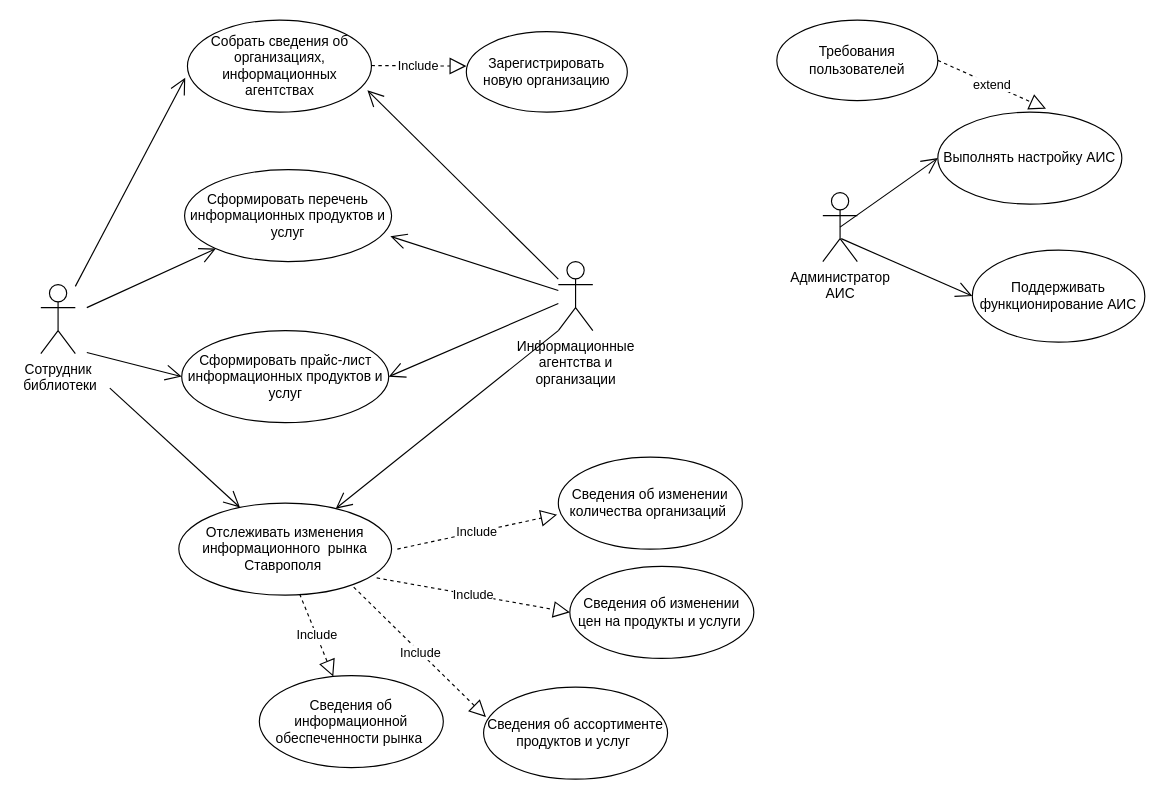
GkFoxes/Colleges keeps this draw.io diagram as Polytech/CourseThree/TRPO/Диаграммы/Диаграмма вариантов использования.drawio. Above is the earlier version. Source tidied: cells renumbered, new cells numbered last; positions are measured from the earlier drawing's top-left corner, leaving out a move shared by most shapes. Both pictures are drawn from the tidied source at 115%, with x=0, y=0 at pixel (40, 20).
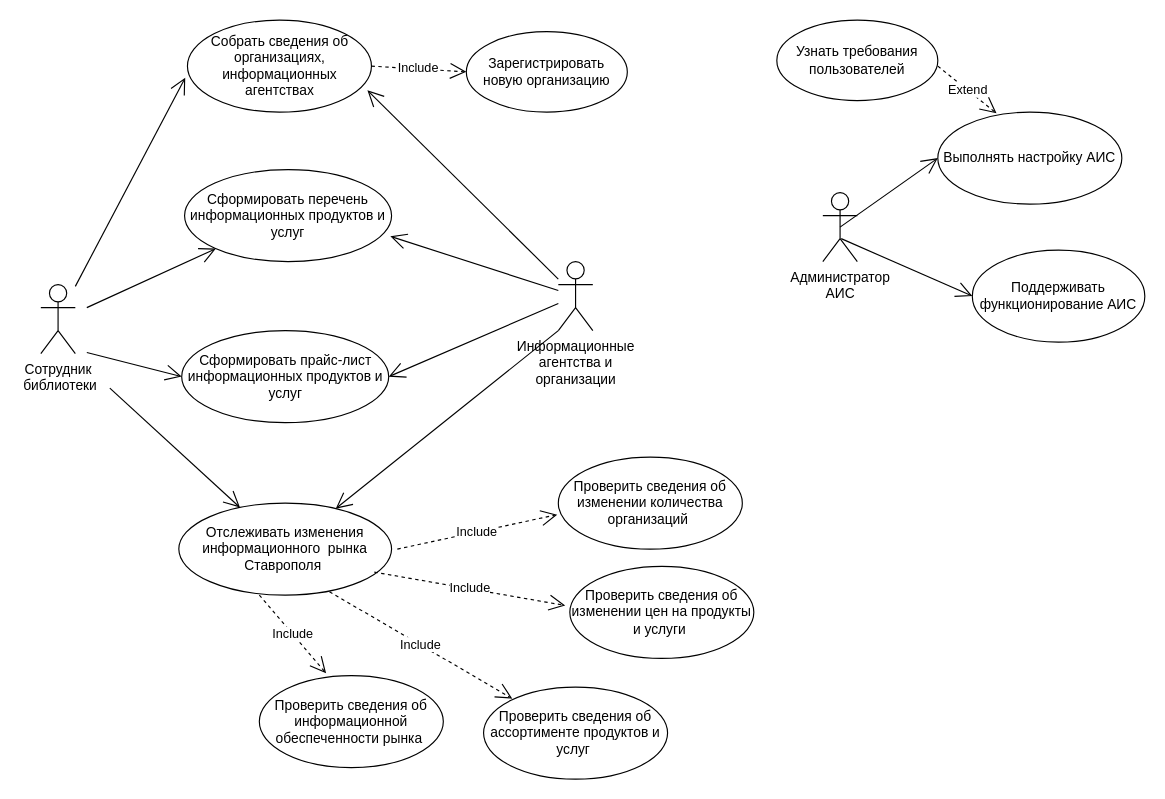
After the change.

The change refers to these unchanged cells:
```xml
<mxCell id="6" value="Отслеживать изменения информационного&amp;nbsp; рынка Ставрополя&amp;nbsp;" style="ellipse;whiteSpace=wrap;html=1;" parent="1" vertex="1">
  <mxGeometry x="120" y="420" width="185" height="80" as="geometry" />
</mxCell>
<mxCell id="18" value="Выполнять настройку АИС" style="ellipse;whiteSpace=wrap;html=1;" parent="1" vertex="1">
  <mxGeometry x="780" y="80" width="160" height="80" as="geometry" />
</mxCell>
<mxCell id="19" value="Зарегистрировать новую организацию" style="ellipse;whiteSpace=wrap;html=1;" parent="1" vertex="1">
  <mxGeometry x="370" y="10" width="140" height="70" as="geometry" />
</mxCell>
```

Diff of the diagram source:
```diff
@@
-    <mxCell id="20" value="Include" style="endArrow=block;dashed=1;endFill=0;endSize=12;html=1;" parent="1" edge="1">
-      <mxGeometry relative="1" as="geometry">
-        <mxPoint x="287.5" y="39.5" as="sourcePoint" />
-        <mxPoint x="370" y="40" as="targetPoint" />
-      </mxGeometry>
-    </mxCell>
@@
-    <mxCell id="23" value="Сведения об изменении количества организаций&amp;nbsp;" style="ellipse;whiteSpace=wrap;html=1;" parent="1" vertex="1">
+    <mxCell id="23" value="Проверить cведения об изменении количества организаций&amp;nbsp;" style="ellipse;whiteSpace=wrap;html=1;" parent="1" vertex="1">
       <mxGeometry x="450" y="380" width="160" height="80" as="geometry" />
     </mxCell>
-    <mxCell id="24" value="Сведения об изменении цен на продукты и услуги&amp;nbsp;" style="ellipse;whiteSpace=wrap;html=1;" parent="1" vertex="1">
+    <mxCell id="24" value="Проверить сведения об изменении цен на продукты и услуги&amp;nbsp;" style="ellipse;whiteSpace=wrap;html=1;" parent="1" vertex="1">
       <mxGeometry x="460" y="475" width="160" height="80" as="geometry" />
     </mxCell>
-    <mxCell id="25" value="Сведения об ассортименте продуктов и услуг&amp;nbsp;" style="ellipse;whiteSpace=wrap;html=1;" parent="1" vertex="1">
+    <mxCell id="25" value="Проверить сведения об ассортименте продуктов и услуг&amp;nbsp;" style="ellipse;whiteSpace=wrap;html=1;" parent="1" vertex="1">
       <mxGeometry x="385" y="580" width="160" height="80" as="geometry" />
     </mxCell>
-    <mxCell id="26" value="Сведения об информационной обеспеченности рынка&amp;nbsp;" style="ellipse;whiteSpace=wrap;html=1;" parent="1" vertex="1">
+    <mxCell id="26" value="Проверить сведения об информационной обеспеченности рынка&amp;nbsp;" style="ellipse;whiteSpace=wrap;html=1;" parent="1" vertex="1">
       <mxGeometry x="190" y="570" width="160" height="80" as="geometry" />
     </mxCell>
-    <mxCell id="27" value="Include" style="endArrow=block;dashed=1;endFill=0;endSize=12;html=1;entryX=-0.006;entryY=0.625;entryDx=0;entryDy=0;entryPerimeter=0;" parent="1" edge="1" target="23">
+    <mxCell id="27" value="Include" style="endArrow=open;dashed=1;endFill=0;endSize=12;html=1;entryX=-0.006;entryY=0.625;entryDx=0;entryDy=0;entryPerimeter=0;" parent="1" edge="1" target="23">
       <mxGeometry relative="1" as="geometry">
         <mxPoint x="310" y="460" as="sourcePoint" />
       </mxGeometry>
     </mxCell>
-    <mxCell id="28" value="Include" style="endArrow=block;dashed=1;endFill=0;endSize=12;html=1;entryX=0;entryY=0.5;entryDx=0;entryDy=0;exitX=0.93;exitY=0.813;exitDx=0;exitDy=0;exitPerimeter=0;" parent="1" edge="1" source="6" target="24">
-      <mxGeometry relative="1" as="geometry" />
-    </mxCell>
-    <mxCell id="29" value="Include" style="endArrow=block;dashed=1;endFill=0;endSize=12;html=1;exitX=0.822;exitY=0.913;exitDx=0;exitDy=0;exitPerimeter=0;entryX=0.013;entryY=0.325;entryDx=0;entryDy=0;entryPerimeter=0;" parent="1" edge="1" source="6" target="25">
-      <mxGeometry relative="1" as="geometry" />
-    </mxCell>
-    <mxCell id="30" value="Include" style="endArrow=block;dashed=1;endFill=0;endSize=12;html=1;exitX=0.568;exitY=0.988;exitDx=0;exitDy=0;exitPerimeter=0;" parent="1" edge="1" source="6" target="26">
-      <mxGeometry relative="1" as="geometry" />
-    </mxCell>
-    <mxCell id="31" value="Требования пользователей" style="ellipse;whiteSpace=wrap;html=1;" parent="1" vertex="1">
+    <mxCell id="31" value="Узнать требования пользователей" style="ellipse;whiteSpace=wrap;html=1;" parent="1" vertex="1">
       <mxGeometry x="640" width="140" height="70" as="geometry" />
     </mxCell>
-    <mxCell id="32" value="extend" style="endArrow=block;dashed=1;endFill=0;endSize=12;html=1;exitX=1;exitY=0.5;exitDx=0;exitDy=0;entryX=0.588;entryY=-0.037;entryDx=0;entryDy=0;entryPerimeter=0;" parent="1" edge="1" source="31" target="18">
-      <mxGeometry relative="1" as="geometry" />
-    </mxCell>
+    <mxCell id="33" value="Include" style="endArrow=open;dashed=1;endFill=0;endSize=12;html=1;entryX=-0.025;entryY=0.425;entryDx=0;entryDy=0;entryPerimeter=0;" parent="1" edge="1" target="24">
+      <mxGeometry relative="1" as="geometry">
+        <mxPoint x="290" y="480" as="sourcePoint" />
+      </mxGeometry>
+    </mxCell>
+    <mxCell id="34" value="Include" style="endArrow=open;dashed=1;endFill=0;endSize=12;html=1;exitX=0.708;exitY=0.963;exitDx=0;exitDy=0;exitPerimeter=0;" parent="1" edge="1" source="6">
+      <mxGeometry relative="1" as="geometry">
+        <mxPoint x="410" y="590" as="targetPoint" />
+      </mxGeometry>
+    </mxCell>
+    <mxCell id="35" value="Include" style="endArrow=open;dashed=1;endFill=0;endSize=12;html=1;entryX=0.363;entryY=-0.025;entryDx=0;entryDy=0;entryPerimeter=0;" parent="1" edge="1" target="26">
+      <mxGeometry relative="1" as="geometry">
+        <mxPoint x="190" y="500" as="sourcePoint" />
+      </mxGeometry>
+    </mxCell>
+    <mxCell id="36" value="Include" style="endArrow=open;dashed=1;endFill=0;endSize=12;html=1;entryX=0;entryY=0.5;entryDx=0;entryDy=0;" parent="1" edge="1" target="19">
+      <mxGeometry relative="1" as="geometry">
+        <mxPoint x="287.5" y="40" as="sourcePoint" />
+      </mxGeometry>
+    </mxCell>
+    <mxCell id="37" value="Extend" style="endArrow=open;dashed=1;endFill=0;endSize=12;html=1;entryX=0.319;entryY=0.013;entryDx=0;entryDy=0;entryPerimeter=0;" parent="1" edge="1" target="18">
+      <mxGeometry relative="1" as="geometry">
+        <mxPoint x="780" y="40" as="sourcePoint" />
+      </mxGeometry>
+    </mxCell>
```
